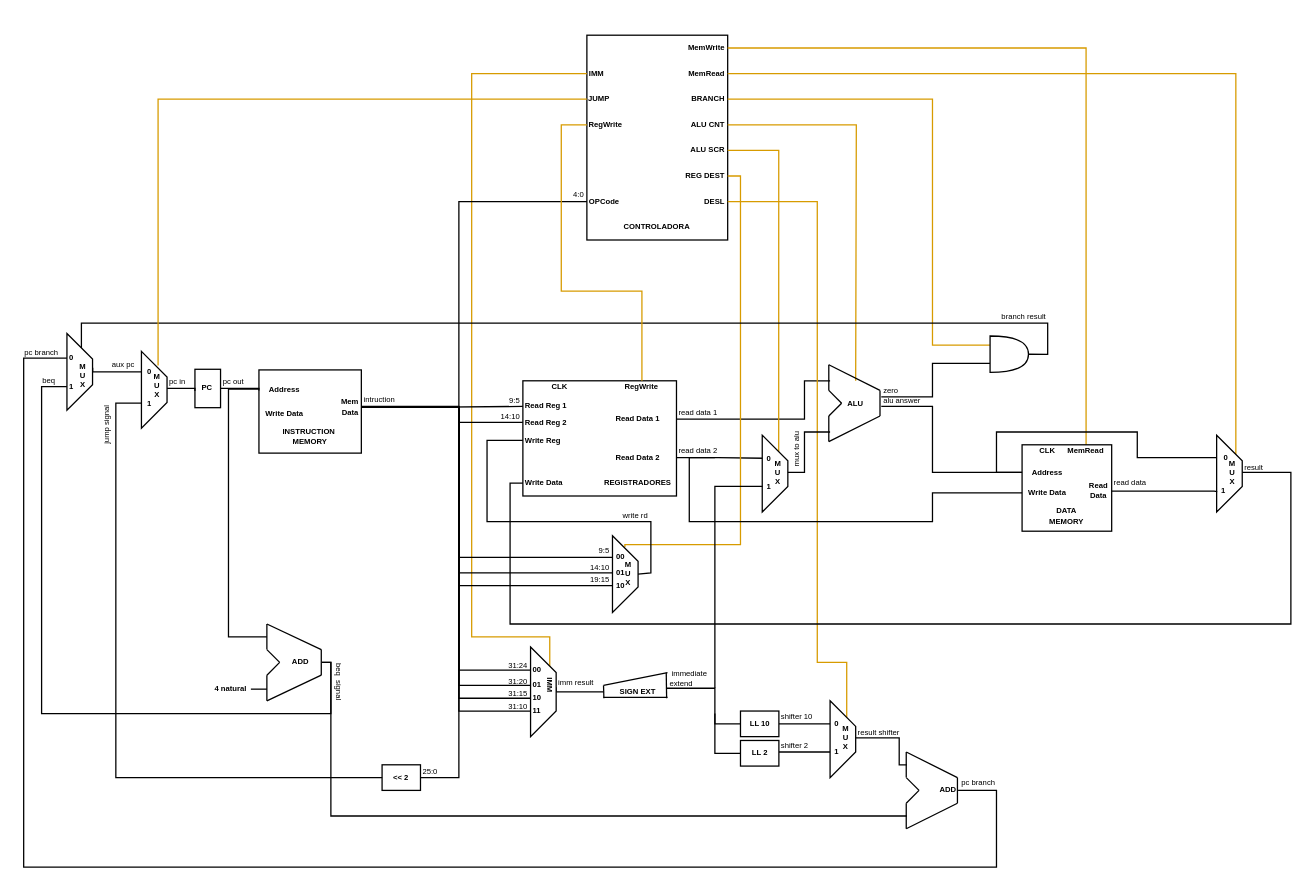
This is Data Path.drawio from RodolfoLessa/risc-v_basead_CPU, a draw.io file, before an edit. Source tidied: cells renumbered, new cells numbered last; positions are measured from the earlier drawing's top-left corner, leaving out a move shared by most shapes. Both pictures are drawn from the tidied source at 128%, with x=0, y=0 at pixel (22, 35).
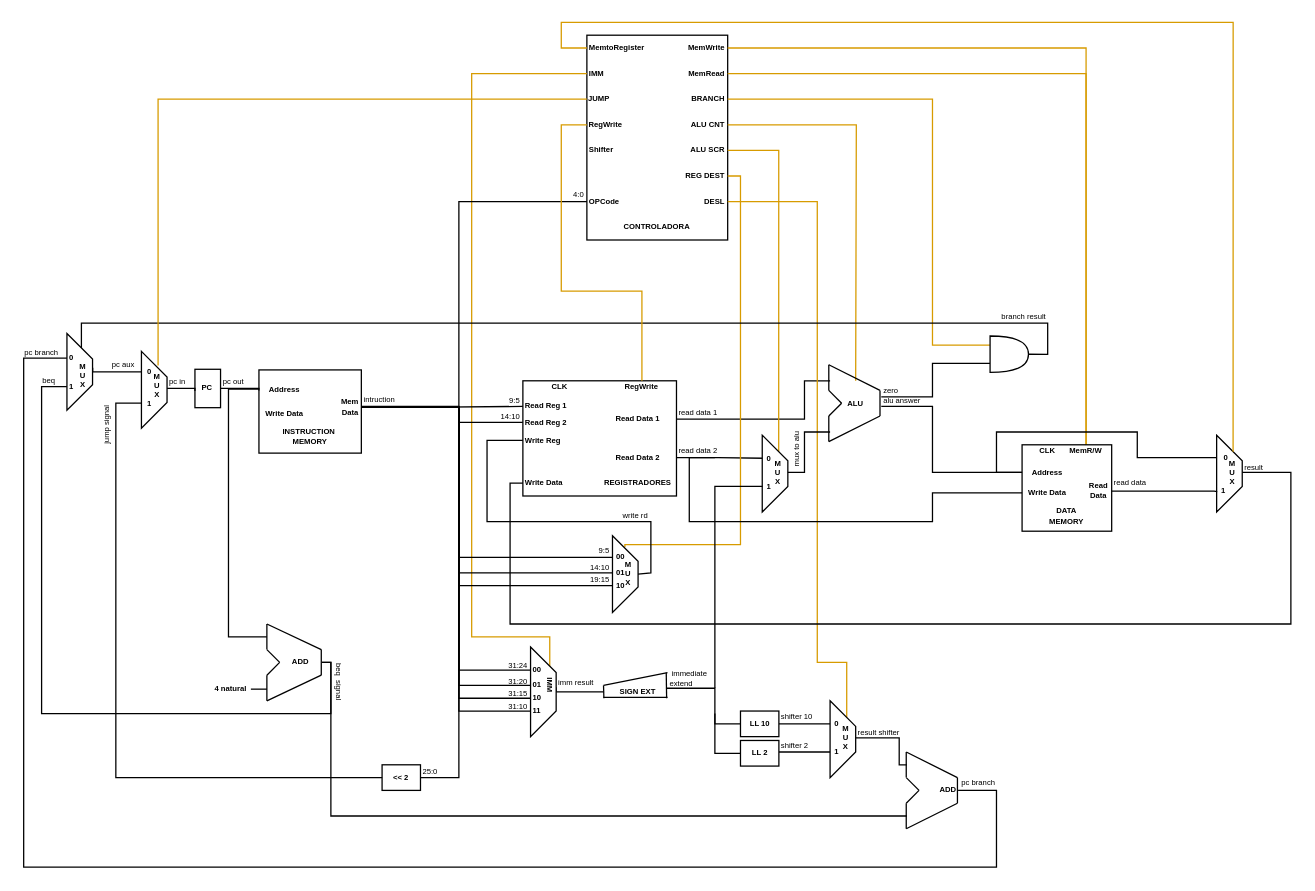
Above is the later version.

Commit message:
caminho de dados atualizados com o codigo

Unchanged cells that the change refers to:
```xml
<mxCell id="23" value="MemRead" style="text;html=1;strokeColor=none;fillColor=none;align=right;verticalAlign=middle;whiteSpace=wrap;rounded=0;fontSize=6;fontStyle=1;" parent="1" vertex="1">
  <mxGeometry x="491" y="20" width="60" height="20" as="geometry" />
</mxCell>
<mxCell id="45" style="shape=trapezoid;perimeter=trapezoidPerimeter;whiteSpace=wrap;html=1;fixedSize=1;direction=south;" parent="1" vertex="1">
  <mxGeometry x="933" y="312.5" width="20" height="60" as="geometry" />
</mxCell>
<mxCell id="49" value="0" style="text;html=1;strokeColor=none;fillColor=none;align=center;verticalAlign=middle;whiteSpace=wrap;rounded=0;fontSize=6;fontStyle=1;rotation=0;" parent="1" vertex="1">
  <mxGeometry x="933" y="320" width="15" height="20" as="geometry" />
</mxCell>
```

Diff of the diagram source:
```diff
@@
-    <mxCell id="22" style="edgeStyle=orthogonalEdgeStyle;shape=connector;rounded=0;jettySize=auto;html=1;entryX=0.92;entryY=0.338;entryDx=0;entryDy=0;labelBackgroundColor=default;strokeColor=#d79b00;fontFamily=Helvetica;fontSize=11;fontColor=default;endArrow=none;endFill=0;entryPerimeter=0;fillColor=#ffe6cc;" parent="1" edge="1" source="23" target="49">
+    <mxCell id="22" style="edgeStyle=orthogonalEdgeStyle;shape=connector;rounded=0;jettySize=auto;html=1;entryX=0.5;entryY=0;entryDx=0;entryDy=0;labelBackgroundColor=default;strokeColor=#d79b00;fontFamily=Helvetica;fontSize=11;fontColor=default;endArrow=none;endFill=0;fillColor=#ffe6cc;" parent="1" edge="1" source="23" target="128">
       <mxGeometry relative="1" as="geometry">
         <Array as="points">
-          <mxPoint x="948" y="30" />
-          <mxPoint x="948" y="327" />
+          <mxPoint x="831" y="30" />
         </Array>
       </mxGeometry>
     </mxCell>
@@
-    <mxCell id="128" value="MemRead" style="text;html=1;strokeColor=none;fillColor=none;align=center;verticalAlign=middle;whiteSpace=wrap;rounded=0;fontSize=6;fontStyle=1;" parent="1" vertex="1">
+    <mxCell id="128" value="MemR/W" style="text;html=1;strokeColor=none;fillColor=none;align=center;verticalAlign=middle;whiteSpace=wrap;rounded=0;fontSize=6;fontStyle=1;" parent="1" vertex="1">
       <mxGeometry x="811" y="320.5" width="40" height="9.5" as="geometry" />
     </mxCell>
@@
-    <mxCell id="156" value="aux pc" style="text;html=1;strokeColor=none;fillColor=none;align=right;verticalAlign=middle;whiteSpace=wrap;rounded=0;fontSize=6;" parent="1" vertex="1">
+    <mxCell id="156" value="pc aux" style="text;html=1;strokeColor=none;fillColor=none;align=right;verticalAlign=middle;whiteSpace=wrap;rounded=0;fontSize=6;" parent="1" vertex="1">
       <mxGeometry x="54.8" y="253" width="35" height="9.5" as="geometry" />
     </mxCell>
@@
+    <mxCell id="191" style="edgeStyle=orthogonalEdgeStyle;rounded=0;jettySize=auto;html=1;entryX=0;entryY=0.25;entryDx=0;entryDy=0;endArrow=none;endFill=0;fillColor=#ffe6cc;strokeColor=#d79b00;" parent="1" edge="1" source="192" target="45">
+      <mxGeometry relative="1" as="geometry">
+        <Array as="points">
+          <mxPoint x="421" y="10" />
+          <mxPoint x="421" y="-10" />
+          <mxPoint x="946" y="-10" />
+        </Array>
+      </mxGeometry>
+    </mxCell>
+    <mxCell id="192" value="MemtoRegister" style="text;html=1;strokeColor=none;fillColor=none;align=left;verticalAlign=middle;whiteSpace=wrap;rounded=0;fontSize=6;fontStyle=1;" parent="1" vertex="1">
+      <mxGeometry x="441" width="60" height="20" as="geometry" />
+    </mxCell>
+    <mxCell id="193" value="Shifter" style="text;html=1;strokeColor=none;fillColor=none;align=left;verticalAlign=middle;whiteSpace=wrap;rounded=0;fontSize=6;fontStyle=1;" parent="1" vertex="1">
+      <mxGeometry x="441" y="80" width="30" height="20" as="geometry" />
+    </mxCell>
```
